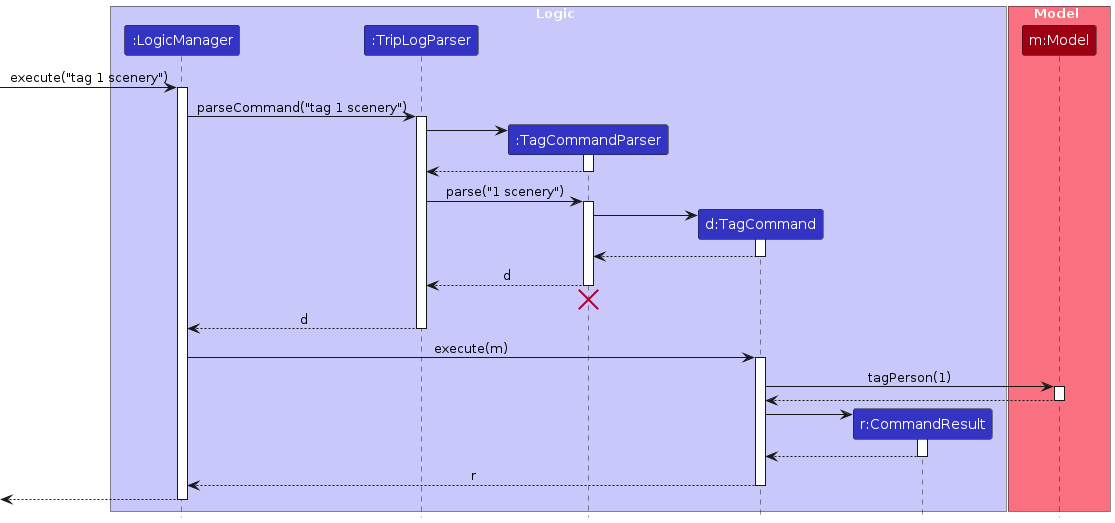
Earlier version of the PlantUML export diagrams/TagSequenceDiagram.png (AY2526S2-CS2103-F13-2/tp). Its source is kept beside it as diagrams/TagSequenceDiagram.puml. Its diagram source:
```plantuml
@startuml
!include style.puml
skinparam ArrowFontStyle plain

box Logic LOGIC_COLOR_T1
participant ":LogicManager" as LogicManager LOGIC_COLOR
participant ":TripLogParser" as TripLogParser LOGIC_COLOR
participant ":TagCommandParser" as TagCommandParser LOGIC_COLOR
participant "d:TagCommand" as TagCommand LOGIC_COLOR
participant "r:CommandResult" as CommandResult LOGIC_COLOR
end box

box Model MODEL_COLOR_T1
participant "m:Model" as Model MODEL_COLOR
end box

[-> LogicManager : execute("tag 1 scenery")
activate LogicManager

LogicManager -> TripLogParser : parseCommand("tag 1 scenery")
activate TripLogParser

create TagCommandParser
TripLogParser -> TagCommandParser
activate TagCommandParser

TagCommandParser --> TripLogParser
deactivate TagCommandParser

TripLogParser -> TagCommandParser : parse("1 scenery")
activate TagCommandParser

create TagCommand
TagCommandParser -> TagCommand
activate TagCommand

TagCommand --> TagCommandParser :
deactivate TagCommand

TagCommandParser --> TripLogParser : d
deactivate TagCommandParser
TagCommandParser -[hidden]-> TripLogParser
destroy TagCommandParser

TripLogParser --> LogicManager : d
deactivate TripLogParser

LogicManager -> TagCommand : execute(m)
activate TagCommand

TagCommand -> Model : tagPerson(1)
activate Model

Model --> TagCommand
deactivate Model

create CommandResult
TagCommand -> CommandResult
activate CommandResult

CommandResult --> TagCommand
deactivate CommandResult

TagCommand --> LogicManager : r
deactivate TagCommand

[<--LogicManager
deactivate LogicManager
@enduml
```
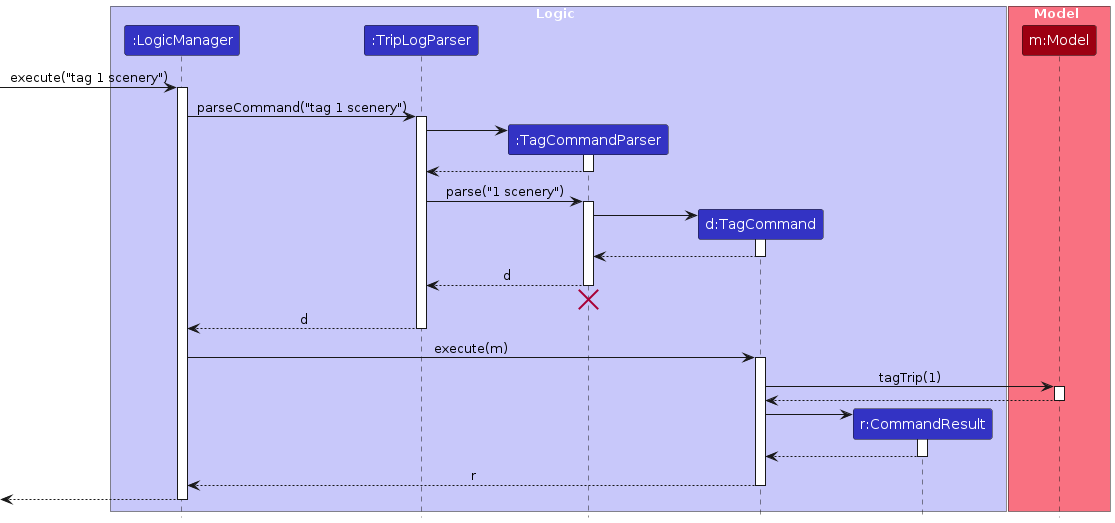
After the commit.

The edit, as a diff of the source:
```diff
@@ -48,7 +48,7 @@
 LogicManager -> TagCommand : execute(m)
 activate TagCommand
 
-TagCommand -> Model : tagPerson(1)
+TagCommand -> Model : tagTrip(1)
 activate Model
 
 Model --> TagCommand
```
